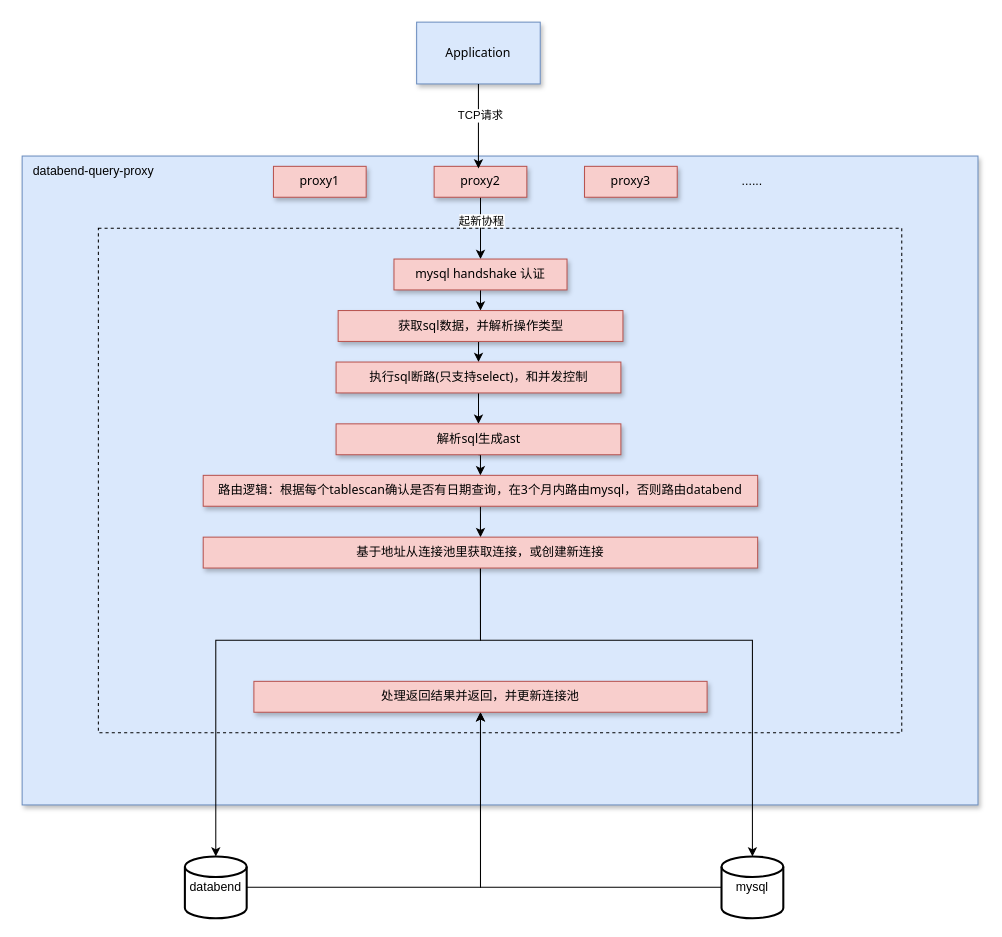
This is doc/databend-mysql-proxy方案.drawio from jackjoesh/databend, a draw.io file, before an edit. Source tidied: cells renumbered, new cells numbered last; positions are measured from the earlier drawing's top-left corner, leaving out a move shared by most shapes. Both pictures are drawn from the tidied source at 103%, with x=0, y=0 at pixel (20, 22).
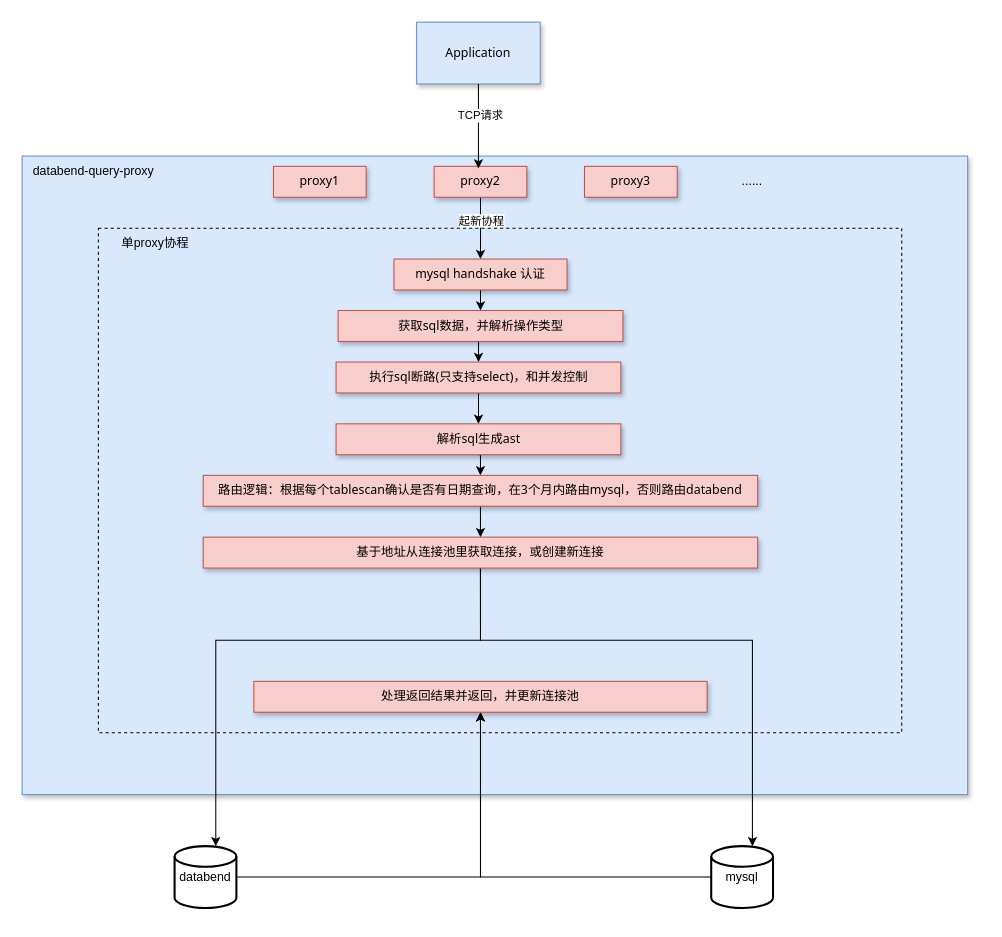
Above is the later version.

What changed in the source:
```diff
@@
     <mxCell id="3" style="rounded=0;whiteSpace=wrap;html=1;fillColor=#dae8fc;strokeColor=#6c8ebf;shadow=1;fontFamily=Tahoma;" parent="1" vertex="1">
-      <mxGeometry x="2" y="130" width="928" height="630" as="geometry" />
+      <mxGeometry x="2" y="130" width="918" height="620" as="geometry" />
     </mxCell>
@@
     <mxCell id="6" value="databend" style="strokeWidth=2;html=1;shape=mxgraph.flowchart.database;whiteSpace=wrap;" parent="1" vertex="1">
-      <mxGeometry x="160" y="810" width="60" height="60" as="geometry" />
+      <mxGeometry x="150" y="800" width="60" height="60" as="geometry" />
     </mxCell>
@@
     <mxCell id="8" value="mysql" style="strokeWidth=2;html=1;shape=mxgraph.flowchart.database;whiteSpace=wrap;" parent="1" vertex="1">
-      <mxGeometry x="681" y="810" width="60" height="60" as="geometry" />
+      <mxGeometry x="671" y="800" width="60" height="60" as="geometry" />
     </mxCell>
@@
+    <mxCell id="32" value="单proxy协程" style="text;strokeColor=none;align=center;fillColor=none;html=1;verticalAlign=middle;whiteSpace=wrap;rounded=0;" parent="1" vertex="1">
+      <mxGeometry x="60" y="200" width="143" height="30" as="geometry" />
+    </mxCell>
```
